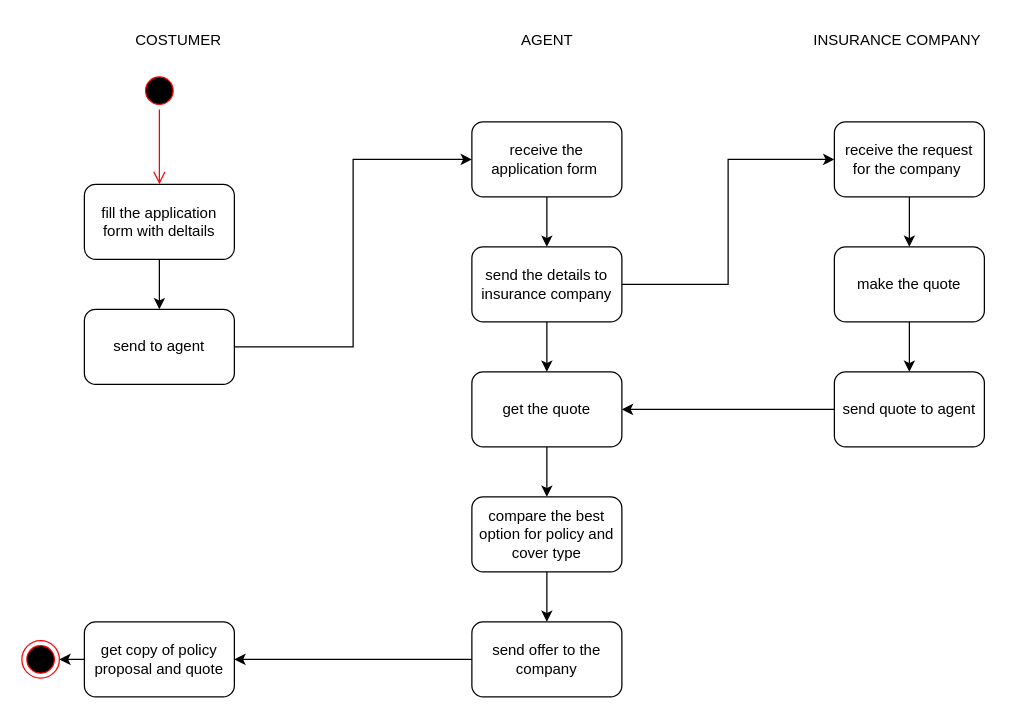
Earlier version of the draw.io diagram ASS2Q4.drawio (SUHANIISINGH/UseCaseDia). Source tidied: cells renumbered, new cells numbered last; positions are measured from the earlier drawing's top-left corner, leaving out a move shared by most shapes. Both pictures are drawn from the tidied source at 125%, with x=0, y=0 at pixel (21, 21).
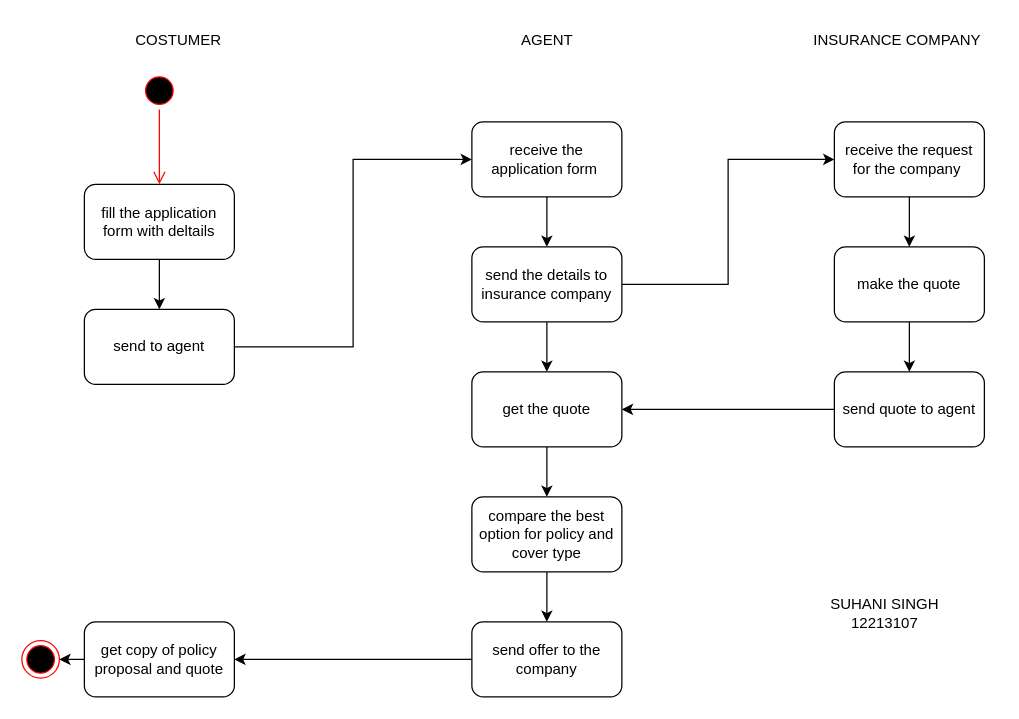
The same page after the edit.

What changed in the source:
```diff
@@
+    <mxCell id="31" value="SUHANI SINGH&lt;br&gt;12213107" style="text;html=1;align=center;verticalAlign=middle;strokeColor=none;fillColor=none;" parent="1" vertex="1">
+      <mxGeometry x="635" y="453" width="110" height="40" as="geometry" />
+    </mxCell>
```
